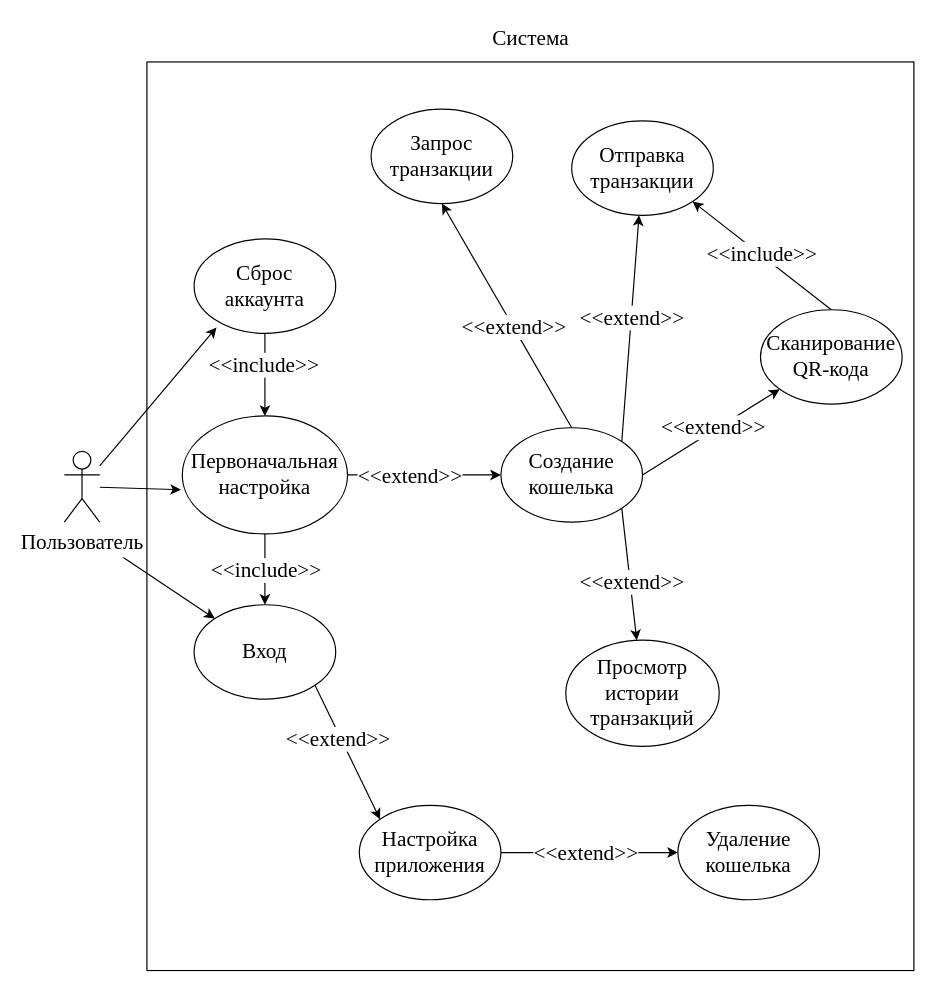
Above: page "5" (4 of 5) of Диплом. Документация/ГЧ/all_гч.drawio in T1DEe/MAGWalletDP (draw.io), before the change. Source tidied: cells renumbered, new cells numbered last; positions are measured from the earlier drawing's top-left corner, leaving out a move shared by most shapes. Both pictures are drawn from the tidied source at 118%, with x=0, y=0 at pixel (64, 20).
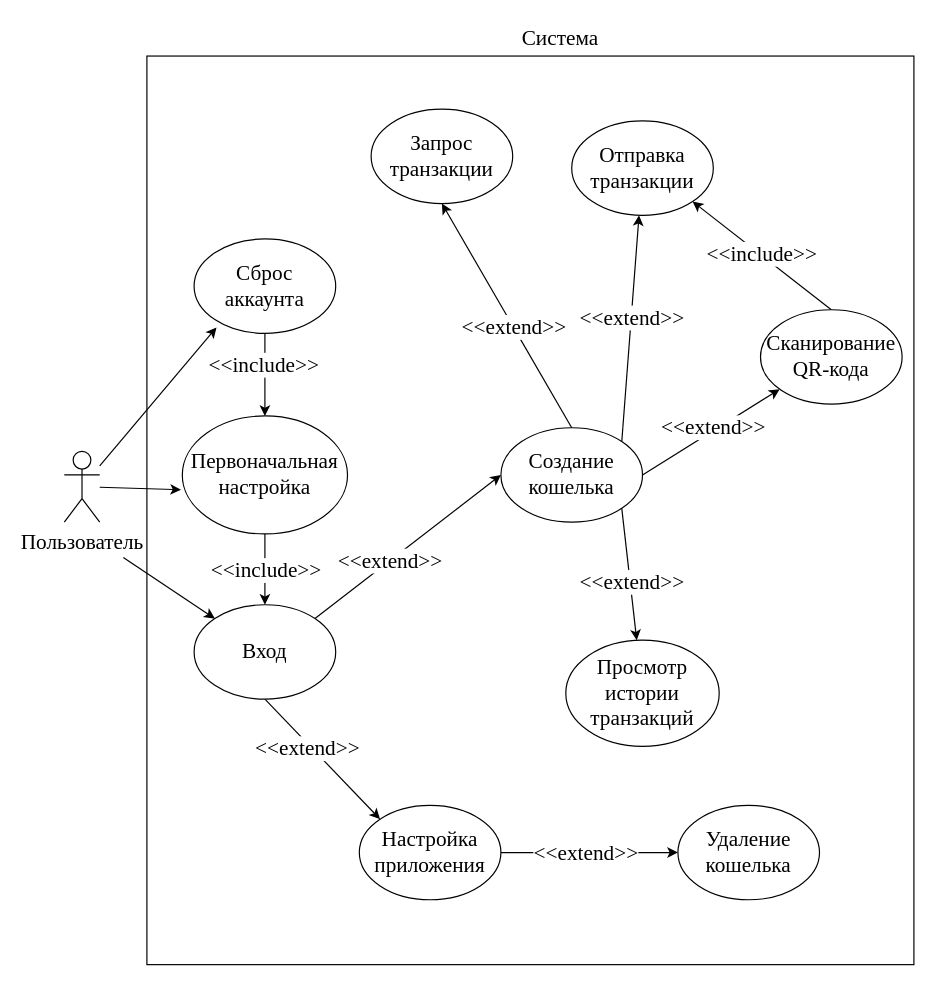
After the change.

The change refers to these unchanged cells:
```xml
<mxCell id="13" value="Первоначальная&lt;br&gt;настройка" style="ellipse;whiteSpace=wrap;html=1;fontSize=18;fontFamily=Times New Roman;" parent="1" vertex="1">
  <mxGeometry x="100" y="335" width="140" height="100" as="geometry" />
</mxCell>
<mxCell id="16" value="Вход" style="ellipse;whiteSpace=wrap;html=1;fontSize=18;fontFamily=Times New Roman;" parent="1" vertex="1">
  <mxGeometry x="110" y="495" width="120" height="80" as="geometry" />
</mxCell>
<mxCell id="25" value="Создание кошелька" style="ellipse;whiteSpace=wrap;html=1;fontSize=18;fontFamily=Times New Roman;" parent="1" vertex="1">
  <mxGeometry x="370" y="345" width="120" height="80" as="geometry" />
</mxCell>
<mxCell id="34" value="Настройка приложения" style="ellipse;whiteSpace=wrap;html=1;fontSize=18;fontFamily=Times New Roman;" parent="1" vertex="1">
  <mxGeometry x="250" y="665" width="120" height="80" as="geometry" />
</mxCell>
```

What changed in the source:
```diff
@@
-    <mxCell id="11" style="edgeStyle=none;rounded=0;jettySize=auto;html=1;entryX=0;entryY=0.5;entryDx=0;entryDy=0;fontFamily=Times New Roman;fontSize=18;" parent="1" edge="1" source="13" target="25">
+    <mxCell id="11" style="edgeStyle=none;rounded=0;jettySize=auto;html=1;entryX=0;entryY=0.5;entryDx=0;entryDy=0;fontFamily=Times New Roman;fontSize=18;exitX=1;exitY=0;exitDx=0;exitDy=0;" parent="1" edge="1" source="16" target="25">
       <mxGeometry relative="1" as="geometry" />
     </mxCell>
@@
-    <mxCell id="14" style="edgeStyle=none;rounded=0;jettySize=auto;html=1;exitX=1;exitY=1;exitDx=0;exitDy=0;entryX=0;entryY=0;entryDx=0;entryDy=0;fontFamily=Times New Roman;fontSize=18;" parent="1" edge="1" source="16" target="34">
+    <mxCell id="14" style="edgeStyle=none;rounded=0;jettySize=auto;html=1;exitX=0.5;exitY=1;exitDx=0;exitDy=0;entryX=0;entryY=0;entryDx=0;entryDy=0;fontFamily=Times New Roman;fontSize=18;" parent="1" edge="1" source="16" target="34">
       <mxGeometry relative="1" as="geometry" />
     </mxCell>
@@
     <mxCell id="36" style="rounded=0;whiteSpace=wrap;html=1;fontFamily=Times New Roman;fontSize=18;fillColor=none;" parent="1" vertex="1">
-      <mxGeometry x="70" y="35" width="650" height="770" as="geometry" />
+      <mxGeometry x="70" y="30" width="650" height="770" as="geometry" />
     </mxCell>
     <mxCell id="37" value="Система" style="text;html=1;align=center;verticalAlign=middle;fontSize=18;fontFamily=Times New Roman;" parent="1" vertex="1">
-      <mxGeometry x="355" width="80" height="30" as="geometry" />
+      <mxGeometry x="380" width="80" height="30" as="geometry" />
     </mxCell>
```
